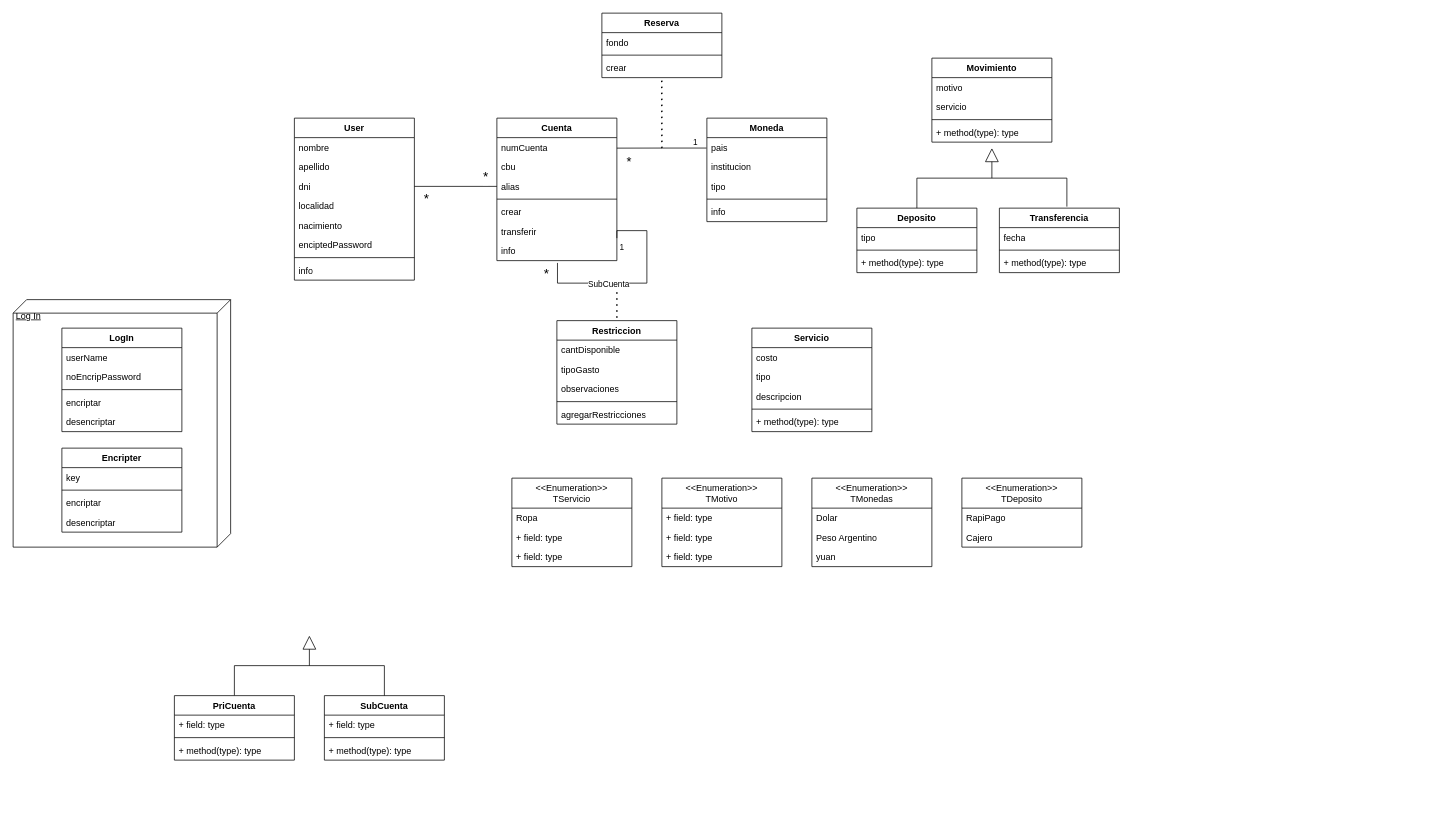
Earlier version of the draw.io diagram ADS_UML.drawio (camiastrada/ADS-Project). Source tidied: cells renumbered, new cells numbered last; positions are measured from the earlier drawing's top-left corner, leaving out a move shared by most shapes. Both pictures are drawn from the tidied source at 75%, with x=0, y=0 at pixel (13, 13).
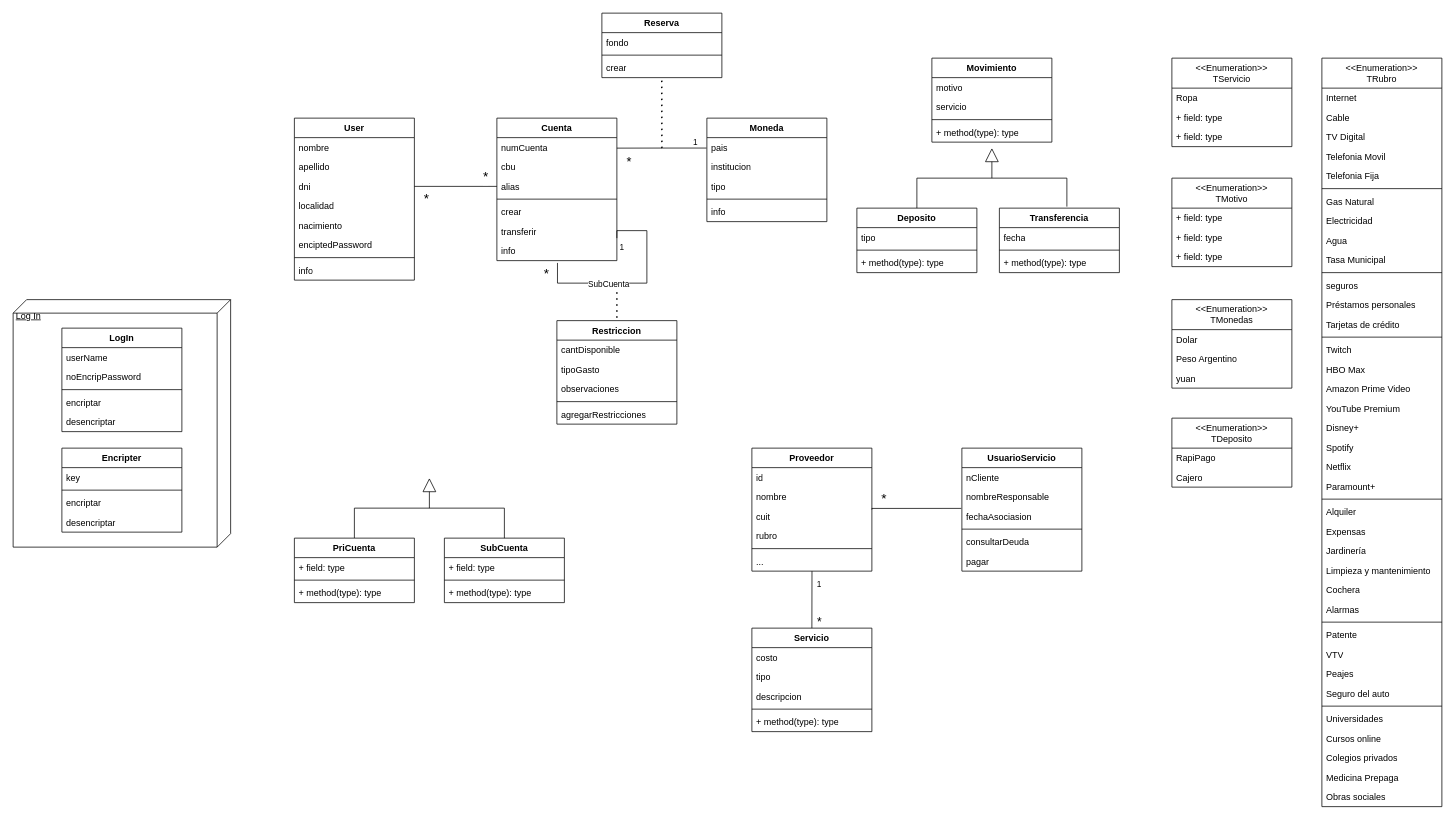
The same diagram, later.

Commit message (it also covers changes not shown here):
Appended/ to UML for Services

What changed in the source:
```diff
@@
     <mxCell id="17" value="Servicio" style="swimlane;fontStyle=1;align=center;verticalAlign=top;horizontal=1;startSize=26;whiteSpace=wrap;html=1;" parent="1" vertex="1">
-      <mxGeometry x="985" y="420" width="160" height="138" as="geometry" />
+      <mxGeometry x="985" y="820" width="160" height="138" as="geometry" />
     </mxCell>
@@
     <mxCell id="27" value="SubCuenta" style="swimlane;fontStyle=1;align=center;verticalAlign=top;horizontal=1;startSize=26;whiteSpace=wrap;html=1;" parent="1" vertex="1">
-      <mxGeometry x="415" y="910" width="160" height="86" as="geometry" />
+      <mxGeometry x="575" y="700" width="160" height="86" as="geometry" />
     </mxCell>
@@
     <mxCell id="40" value="&amp;lt;&amp;lt;Enumeration&amp;gt;&amp;gt;&lt;div&gt;TServicio&lt;/div&gt;" style="swimlane;fontStyle=0;horizontal=1;startSize=40;fillColor=none;whiteSpace=wrap;html=1;" parent="1" vertex="1">
-      <mxGeometry x="665" y="620" width="160" height="118" as="geometry" />
+      <mxGeometry x="1545" y="60" width="160" height="118" as="geometry" />
     </mxCell>
@@
     <mxCell id="44" value="&amp;lt;&amp;lt;Enumeration&amp;gt;&amp;gt;&lt;div&gt;TMotivo&lt;/div&gt;" style="swimlane;fontStyle=0;horizontal=1;startSize=40;fillColor=none;whiteSpace=wrap;html=1;" parent="1" vertex="1">
-      <mxGeometry x="865" y="620" width="160" height="118" as="geometry" />
+      <mxGeometry x="1545" y="220" width="160" height="118" as="geometry" />
     </mxCell>
@@
     <mxCell id="48" value="&amp;lt;&amp;lt;Enumeration&amp;gt;&amp;gt;&lt;div&gt;TMonedas&lt;/div&gt;" style="swimlane;fontStyle=0;horizontal=1;startSize=40;fillColor=none;whiteSpace=wrap;html=1;" parent="1" vertex="1">
-      <mxGeometry x="1065" y="620" width="160" height="118" as="geometry" />
+      <mxGeometry x="1545" y="382" width="160" height="118" as="geometry" />
     </mxCell>
@@
     <mxCell id="63" style="endArrow=none;html=1;rounded=0;exitX=0.5;exitY=0;exitDx=0;exitDy=0;entryX=0.5;entryY=0;entryDx=0;entryDy=0;" parent="1" edge="1" source="65" target="27">
       <mxGeometry relative="1" as="geometry">
         <Array as="points">
-          <mxPoint x="295" y="870" />
-          <mxPoint x="495" y="870" />
+          <mxPoint x="455" y="660" />
+          <mxPoint x="655" y="660" />
         </Array>
       </mxGeometry>
     </mxCell>
     <mxCell id="64" style="endArrow=block;endSize=16;endFill=0;html=1;rounded=0;" parent="1" edge="1">
       <mxGeometry relative="1" as="geometry">
-        <mxPoint x="395" y="870" as="sourcePoint" />
-        <mxPoint x="395" y="830" as="targetPoint" />
+        <mxPoint x="555" y="660" as="sourcePoint" />
+        <mxPoint x="555" y="620" as="targetPoint" />
       </mxGeometry>
     </mxCell>
     <mxCell id="65" value="PriCuenta" style="swimlane;fontStyle=1;align=center;verticalAlign=top;horizontal=1;startSize=26;whiteSpace=wrap;html=1;" parent="1" vertex="1">
-      <mxGeometry x="215" y="910" width="160" height="86" as="geometry" />
+      <mxGeometry x="375" y="700" width="160" height="86" as="geometry" />
     </mxCell>
@@
     <mxCell id="91" value="&amp;lt;&amp;lt;Enumeration&amp;gt;&amp;gt;&lt;div&gt;TDeposito&lt;/div&gt;" style="swimlane;fontStyle=0;horizontal=1;startSize=40;fillColor=none;whiteSpace=wrap;html=1;" parent="1" vertex="1">
-      <mxGeometry x="1265" y="620" width="160" height="92" as="geometry" />
+      <mxGeometry x="1545" y="540" width="160" height="92" as="geometry" />
     </mxCell>
@@
+    <mxCell id="105" value="Proveedor" style="swimlane;fontStyle=1;align=center;verticalAlign=top;horizontal=1;startSize=26;whiteSpace=wrap;html=1;" parent="1" vertex="1">
+      <mxGeometry x="985" y="580" width="160" height="164" as="geometry" />
+    </mxCell>
+    <mxCell id="106" value="id" style="text;strokeColor=none;fillColor=none;align=left;verticalAlign=top;spacingLeft=4;spacingRight=4;overflow=hidden;whiteSpace=wrap;html=1;" parent="105" vertex="1">
+      <mxGeometry y="26" width="160" height="26" as="geometry" />
+    </mxCell>
+    <mxCell id="107" value="nombre" style="text;strokeColor=none;fillColor=none;align=left;verticalAlign=top;spacingLeft=4;spacingRight=4;overflow=hidden;whiteSpace=wrap;html=1;" parent="105" vertex="1">
+      <mxGeometry y="52" width="160" height="26" as="geometry" />
+    </mxCell>
+    <mxCell id="108" value="cuit" style="text;strokeColor=none;fillColor=none;align=left;verticalAlign=top;spacingLeft=4;spacingRight=4;overflow=hidden;whiteSpace=wrap;html=1;" parent="105" vertex="1">
+      <mxGeometry y="78" width="160" height="26" as="geometry" />
+    </mxCell>
+    <mxCell id="109" value="rubro" style="text;strokeColor=none;fillColor=none;align=left;verticalAlign=top;spacingLeft=4;spacingRight=4;overflow=hidden;whiteSpace=wrap;html=1;" parent="105" vertex="1">
+      <mxGeometry y="104" width="160" height="26" as="geometry" />
+    </mxCell>
+    <mxCell id="110" style="line;strokeWidth=1;fillColor=none;align=left;verticalAlign=middle;spacingTop=-1;spacingLeft=3;spacingRight=3;labelPosition=right;strokeColor=inherit;" parent="105" vertex="1">
+      <mxGeometry y="130" width="160" height="8" as="geometry" />
+    </mxCell>
+    <mxCell id="111" value="..." style="text;strokeColor=none;fillColor=none;align=left;verticalAlign=top;spacingLeft=4;spacingRight=4;overflow=hidden;points=[[0,0.5],[1,0.5]];portConstraint=eastwest;whiteSpace=wrap;html=1;" parent="105" vertex="1">
+      <mxGeometry y="138" width="160" height="26" as="geometry" />
+    </mxCell>
+    <mxCell id="112" value="UsuarioServicio" style="swimlane;fontStyle=1;align=center;verticalAlign=top;horizontal=1;startSize=26;whiteSpace=wrap;html=1;" parent="1" vertex="1">
+      <mxGeometry x="1265" y="580" width="160" height="164" as="geometry" />
+    </mxCell>
+    <mxCell id="113" value="nCliente" style="text;strokeColor=none;fillColor=none;align=left;verticalAlign=top;spacingLeft=4;spacingRight=4;overflow=hidden;whiteSpace=wrap;html=1;" parent="112" vertex="1">
+      <mxGeometry y="26" width="160" height="26" as="geometry" />
+    </mxCell>
+    <mxCell id="114" value="nombreResponsable" style="text;strokeColor=none;fillColor=none;align=left;verticalAlign=top;spacingLeft=4;spacingRight=4;overflow=hidden;whiteSpace=wrap;html=1;" parent="112" vertex="1">
+      <mxGeometry y="52" width="160" height="26" as="geometry" />
+    </mxCell>
+    <mxCell id="115" value="fechaAsociasion" style="text;strokeColor=none;fillColor=none;align=left;verticalAlign=top;spacingLeft=4;spacingRight=4;overflow=hidden;points=[[0,0.5],[1,0.5]];portConstraint=eastwest;whiteSpace=wrap;html=1;" parent="112" vertex="1">
+      <mxGeometry y="78" width="160" height="26" as="geometry" />
+    </mxCell>
+    <mxCell id="116" style="line;strokeWidth=1;fillColor=none;align=left;verticalAlign=middle;spacingTop=-1;spacingLeft=3;spacingRight=3;labelPosition=right;strokeColor=inherit;" parent="112" vertex="1">
+      <mxGeometry y="104" width="160" height="8" as="geometry" />
+    </mxCell>
+    <mxCell id="117" value="consultarDeuda" style="text;strokeColor=none;fillColor=none;align=left;verticalAlign=top;spacingLeft=4;spacingRight=4;overflow=hidden;whiteSpace=wrap;html=1;" parent="112" vertex="1">
+      <mxGeometry y="112" width="160" height="26" as="geometry" />
+    </mxCell>
+    <mxCell id="118" value="pagar" style="text;strokeColor=none;fillColor=none;align=left;verticalAlign=top;spacingLeft=4;spacingRight=4;overflow=hidden;whiteSpace=wrap;html=1;" parent="112" vertex="1">
+      <mxGeometry y="138" width="160" height="26" as="geometry" />
+    </mxCell>
+    <mxCell id="119" value="&amp;lt;&amp;lt;Enumeration&amp;gt;&amp;gt;&lt;div&gt;TRubro&lt;/div&gt;" style="swimlane;fontStyle=0;horizontal=1;startSize=40;fillColor=none;whiteSpace=wrap;html=1;" parent="1" vertex="1">
+      <mxGeometry x="1745" y="60" width="160" height="998" as="geometry" />
+    </mxCell>
+    <mxCell id="120" value="Internet" style="text;strokeColor=none;fillColor=none;align=left;verticalAlign=top;spacingLeft=4;spacingRight=4;overflow=hidden;whiteSpace=wrap;html=1;" parent="119" vertex="1">
+      <mxGeometry y="40" width="160" height="26" as="geometry" />
+    </mxCell>
+    <mxCell id="121" value="Cable" style="text;strokeColor=none;fillColor=none;align=left;verticalAlign=top;spacingLeft=4;spacingRight=4;overflow=hidden;whiteSpace=wrap;html=1;" parent="119" vertex="1">
+      <mxGeometry y="66" width="160" height="26" as="geometry" />
+    </mxCell>
+    <mxCell id="122" value="TV Digital" style="text;strokeColor=none;fillColor=none;align=left;verticalAlign=top;spacingLeft=4;spacingRight=4;overflow=hidden;whiteSpace=wrap;html=1;" parent="119" vertex="1">
+      <mxGeometry y="92" width="160" height="26" as="geometry" />
+    </mxCell>
+    <mxCell id="123" value="Telefonia Movil" style="text;strokeColor=none;fillColor=none;align=left;verticalAlign=top;spacingLeft=4;spacingRight=4;overflow=hidden;whiteSpace=wrap;html=1;" parent="119" vertex="1">
+      <mxGeometry y="118" width="160" height="26" as="geometry" />
+    </mxCell>
+    <mxCell id="124" value="Telefonia Fija" style="text;strokeColor=none;fillColor=none;align=left;verticalAlign=top;spacingLeft=4;spacingRight=4;overflow=hidden;whiteSpace=wrap;html=1;" parent="119" vertex="1">
+      <mxGeometry y="144" width="160" height="26" as="geometry" />
+    </mxCell>
+    <mxCell id="125" style="line;strokeWidth=1;fillColor=none;align=left;verticalAlign=middle;spacingTop=-1;spacingLeft=3;spacingRight=3;labelPosition=right;strokeColor=inherit;" parent="119" vertex="1">
+      <mxGeometry y="170" width="160" height="8" as="geometry" />
+    </mxCell>
+    <mxCell id="126" value="Gas Natural" style="text;strokeColor=none;fillColor=none;align=left;verticalAlign=top;spacingLeft=4;spacingRight=4;overflow=hidden;whiteSpace=wrap;html=1;" parent="119" vertex="1">
+      <mxGeometry y="178" width="160" height="26" as="geometry" />
+    </mxCell>
+    <mxCell id="127" value="Electricidad" style="text;strokeColor=none;fillColor=none;align=left;verticalAlign=top;spacingLeft=4;spacingRight=4;overflow=hidden;whiteSpace=wrap;html=1;" parent="119" vertex="1">
+      <mxGeometry y="204" width="160" height="26" as="geometry" />
+    </mxCell>
+    <mxCell id="128" value="Agua" style="text;strokeColor=none;fillColor=none;align=left;verticalAlign=top;spacingLeft=4;spacingRight=4;overflow=hidden;whiteSpace=wrap;html=1;" parent="119" vertex="1">
+      <mxGeometry y="230" width="160" height="26" as="geometry" />
+    </mxCell>
+    <mxCell id="129" value="Tasa Municipal" style="text;strokeColor=none;fillColor=none;align=left;verticalAlign=top;spacingLeft=4;spacingRight=4;overflow=hidden;whiteSpace=wrap;html=1;" parent="119" vertex="1">
+      <mxGeometry y="256" width="160" height="26" as="geometry" />
+    </mxCell>
+    <mxCell id="130" style="line;strokeWidth=1;fillColor=none;align=left;verticalAlign=middle;spacingTop=-1;spacingLeft=3;spacingRight=3;labelPosition=right;strokeColor=inherit;" parent="119" vertex="1">
+      <mxGeometry y="282" width="160" height="8" as="geometry" />
+    </mxCell>
+    <mxCell id="131" value="seguros" style="text;strokeColor=none;fillColor=none;align=left;verticalAlign=top;spacingLeft=4;spacingRight=4;overflow=hidden;whiteSpace=wrap;html=1;" parent="119" vertex="1">
+      <mxGeometry y="290" width="160" height="26" as="geometry" />
+    </mxCell>
+    <mxCell id="132" value="Préstamos personales" style="text;strokeColor=none;fillColor=none;align=left;verticalAlign=top;spacingLeft=4;spacingRight=4;overflow=hidden;whiteSpace=wrap;html=1;" parent="119" vertex="1">
+      <mxGeometry y="316" width="160" height="26" as="geometry" />
+    </mxCell>
+    <mxCell id="133" value="Tarjetas de crédito" style="text;strokeColor=none;fillColor=none;align=left;verticalAlign=top;spacingLeft=4;spacingRight=4;overflow=hidden;whiteSpace=wrap;html=1;" parent="119" vertex="1">
+      <mxGeometry y="342" width="160" height="26" as="geometry" />
+    </mxCell>
+    <mxCell id="134" style="line;strokeWidth=1;fillColor=none;align=left;verticalAlign=middle;spacingTop=-1;spacingLeft=3;spacingRight=3;labelPosition=right;strokeColor=inherit;" parent="119" vertex="1">
+      <mxGeometry y="368" width="160" height="8" as="geometry" />
+    </mxCell>
+    <mxCell id="135" value="Twitch" style="text;strokeColor=none;fillColor=none;align=left;verticalAlign=top;spacingLeft=4;spacingRight=4;overflow=hidden;whiteSpace=wrap;html=1;" parent="119" vertex="1">
+      <mxGeometry y="376" width="160" height="26" as="geometry" />
+    </mxCell>
+    <mxCell id="136" value="HBO Max" style="text;strokeColor=none;fillColor=none;align=left;verticalAlign=top;spacingLeft=4;spacingRight=4;overflow=hidden;whiteSpace=wrap;html=1;" parent="119" vertex="1">
+      <mxGeometry y="402" width="160" height="26" as="geometry" />
+    </mxCell>
+    <mxCell id="137" value="Amazon Prime Video" style="text;strokeColor=none;fillColor=none;align=left;verticalAlign=top;spacingLeft=4;spacingRight=4;overflow=hidden;whiteSpace=wrap;html=1;" parent="119" vertex="1">
+      <mxGeometry y="428" width="160" height="26" as="geometry" />
+    </mxCell>
+    <mxCell id="138" value="YouTube Premium" style="text;strokeColor=none;fillColor=none;align=left;verticalAlign=top;spacingLeft=4;spacingRight=4;overflow=hidden;whiteSpace=wrap;html=1;" parent="119" vertex="1">
+      <mxGeometry y="454" width="160" height="26" as="geometry" />
+    </mxCell>
+    <mxCell id="139" value="Disney+" style="text;strokeColor=none;fillColor=none;align=left;verticalAlign=top;spacingLeft=4;spacingRight=4;overflow=hidden;whiteSpace=wrap;html=1;" parent="119" vertex="1">
+      <mxGeometry y="480" width="160" height="26" as="geometry" />
+    </mxCell>
+    <mxCell id="140" value="Spotify" style="text;strokeColor=none;fillColor=none;align=left;verticalAlign=top;spacingLeft=4;spacingRight=4;overflow=hidden;whiteSpace=wrap;html=1;" parent="119" vertex="1">
+      <mxGeometry y="506" width="160" height="26" as="geometry" />
+    </mxCell>
+    <mxCell id="141" value="Netflix" style="text;strokeColor=none;fillColor=none;align=left;verticalAlign=top;spacingLeft=4;spacingRight=4;overflow=hidden;whiteSpace=wrap;html=1;" parent="119" vertex="1">
+      <mxGeometry y="532" width="160" height="26" as="geometry" />
+    </mxCell>
+    <mxCell id="142" value="Paramount+" style="text;strokeColor=none;fillColor=none;align=left;verticalAlign=top;spacingLeft=4;spacingRight=4;overflow=hidden;whiteSpace=wrap;html=1;" parent="119" vertex="1">
+      <mxGeometry y="558" width="160" height="26" as="geometry" />
+    </mxCell>
+    <mxCell id="143" style="line;strokeWidth=1;fillColor=none;align=left;verticalAlign=middle;spacingTop=-1;spacingLeft=3;spacingRight=3;labelPosition=right;strokeColor=inherit;" parent="119" vertex="1">
+      <mxGeometry y="584" width="160" height="8" as="geometry" />
+    </mxCell>
+    <mxCell id="144" value="Alquiler" style="text;strokeColor=none;fillColor=none;align=left;verticalAlign=top;spacingLeft=4;spacingRight=4;overflow=hidden;whiteSpace=wrap;html=1;" parent="119" vertex="1">
+      <mxGeometry y="592" width="160" height="26" as="geometry" />
+    </mxCell>
+    <mxCell id="145" value="Expensas" style="text;strokeColor=none;fillColor=none;align=left;verticalAlign=top;spacingLeft=4;spacingRight=4;overflow=hidden;whiteSpace=wrap;html=1;" parent="119" vertex="1">
+      <mxGeometry y="618" width="160" height="26" as="geometry" />
+    </mxCell>
+    <mxCell id="146" value="Jardinería" style="text;strokeColor=none;fillColor=none;align=left;verticalAlign=top;spacingLeft=4;spacingRight=4;overflow=hidden;whiteSpace=wrap;html=1;" parent="119" vertex="1">
+      <mxGeometry y="644" width="160" height="26" as="geometry" />
+    </mxCell>
+    <mxCell id="147" value="Limpieza y mantenimiento" style="text;strokeColor=none;fillColor=none;align=left;verticalAlign=top;spacingLeft=4;spacingRight=4;overflow=hidden;whiteSpace=wrap;html=1;" parent="119" vertex="1">
+      <mxGeometry y="670" width="160" height="26" as="geometry" />
+    </mxCell>
+    <mxCell id="148" value="Cochera" style="text;strokeColor=none;fillColor=none;align=left;verticalAlign=top;spacingLeft=4;spacingRight=4;overflow=hidden;whiteSpace=wrap;html=1;" parent="119" vertex="1">
+      <mxGeometry y="696" width="160" height="26" as="geometry" />
+    </mxCell>
+    <mxCell id="149" value="Alarmas" style="text;strokeColor=none;fillColor=none;align=left;verticalAlign=top;spacingLeft=4;spacingRight=4;overflow=hidden;whiteSpace=wrap;html=1;" parent="119" vertex="1">
+      <mxGeometry y="722" width="160" height="26" as="geometry" />
+    </mxCell>
+    <mxCell id="150" style="line;strokeWidth=1;fillColor=none;align=left;verticalAlign=middle;spacingTop=-1;spacingLeft=3;spacingRight=3;labelPosition=right;strokeColor=inherit;" parent="119" vertex="1">
+      <mxGeometry y="748" width="160" height="8" as="geometry" />
+    </mxCell>
+    <mxCell id="151" value="Patente" style="text;strokeColor=none;fillColor=none;align=left;verticalAlign=top;spacingLeft=4;spacingRight=4;overflow=hidden;whiteSpace=wrap;html=1;" parent="119" vertex="1">
+      <mxGeometry y="756" width="160" height="26" as="geometry" />
+    </mxCell>
+    <mxCell id="152" value="VTV" style="text;strokeColor=none;fillColor=none;align=left;verticalAlign=top;spacingLeft=4;spacingRight=4;overflow=hidden;whiteSpace=wrap;html=1;" parent="119" vertex="1">
+      <mxGeometry y="782" width="160" height="26" as="geometry" />
+    </mxCell>
+    <mxCell id="153" value="Peajes" style="text;strokeColor=none;fillColor=none;align=left;verticalAlign=top;spacingLeft=4;spacingRight=4;overflow=hidden;whiteSpace=wrap;html=1;" parent="119" vertex="1">
+      <mxGeometry y="808" width="160" height="26" as="geometry" />
+    </mxCell>
+    <mxCell id="154" value="Seguro del auto" style="text;strokeColor=none;fillColor=none;align=left;verticalAlign=top;spacingLeft=4;spacingRight=4;overflow=hidden;whiteSpace=wrap;html=1;" parent="119" vertex="1">
+      <mxGeometry y="834" width="160" height="26" as="geometry" />
+    </mxCell>
+    <mxCell id="155" style="line;strokeWidth=1;fillColor=none;align=left;verticalAlign=middle;spacingTop=-1;spacingLeft=3;spacingRight=3;labelPosition=right;strokeColor=inherit;" parent="119" vertex="1">
+      <mxGeometry y="860" width="160" height="8" as="geometry" />
+    </mxCell>
+    <mxCell id="156" value="Universidades" style="text;strokeColor=none;fillColor=none;align=left;verticalAlign=top;spacingLeft=4;spacingRight=4;overflow=hidden;whiteSpace=wrap;html=1;" parent="119" vertex="1">
+      <mxGeometry y="868" width="160" height="26" as="geometry" />
+    </mxCell>
+    <mxCell id="157" value="Cursos online" style="text;strokeColor=none;fillColor=none;align=left;verticalAlign=top;spacingLeft=4;spacingRight=4;overflow=hidden;whiteSpace=wrap;html=1;" parent="119" vertex="1">
+      <mxGeometry y="894" width="160" height="26" as="geometry" />
+    </mxCell>
+    <mxCell id="158" value="Colegios privados" style="text;strokeColor=none;fillColor=none;align=left;verticalAlign=top;spacingLeft=4;spacingRight=4;overflow=hidden;whiteSpace=wrap;html=1;" parent="119" vertex="1">
+      <mxGeometry y="920" width="160" height="26" as="geometry" />
+    </mxCell>
+    <mxCell id="159" value="Medicina Prepaga" style="text;strokeColor=none;fillColor=none;align=left;verticalAlign=top;spacingLeft=4;spacingRight=4;overflow=hidden;whiteSpace=wrap;html=1;" parent="119" vertex="1">
+      <mxGeometry y="946" width="160" height="26" as="geometry" />
+    </mxCell>
+    <mxCell id="160" value="Obras sociales" style="text;strokeColor=none;fillColor=none;align=left;verticalAlign=top;spacingLeft=4;spacingRight=4;overflow=hidden;whiteSpace=wrap;html=1;" parent="119" vertex="1">
+      <mxGeometry y="972" width="160" height="26" as="geometry" />
+    </mxCell>
+    <mxCell id="161" style="endArrow=none;html=1;edgeStyle=orthogonalEdgeStyle;rounded=0;exitX=-0.005;exitY=0.091;exitDx=0;exitDy=0;entryX=1;entryY=0.5;entryDx=0;entryDy=0;exitPerimeter=0;" parent="1" edge="1" source="115">
+      <mxGeometry relative="1" as="geometry">
+        <mxPoint x="1145" y="661.8" as="targetPoint" />
+        <Array as="points">
+          <mxPoint x="1145" y="660" />
+        </Array>
+      </mxGeometry>
+    </mxCell>
+    <mxCell id="162" value="*" style="edgeLabel;html=1;align=right;verticalAlign=bottom;fontSize=18;" parent="161" vertex="1">
+      <mxGeometry x="1" relative="1" as="geometry">
+        <mxPoint x="20" y="-2" as="offset" />
+      </mxGeometry>
+    </mxCell>
+    <mxCell id="163" style="endArrow=none;html=1;rounded=0;entryX=0.501;entryY=1.003;entryDx=0;entryDy=0;entryPerimeter=0;exitX=0.5;exitY=0;exitDx=0;exitDy=0;" parent="1" edge="1" source="17" target="111">
+      <mxGeometry relative="1" as="geometry" />
+    </mxCell>
+    <mxCell id="164" value="&lt;font style=&quot;font-size: 11px;&quot;&gt;1&lt;/font&gt;" style="text;html=1;align=center;verticalAlign=middle;whiteSpace=wrap;rounded=0;" parent="1" vertex="1">
+      <mxGeometry x="1060" y="760" width="30" as="geometry" />
+    </mxCell>
+    <mxCell id="165" value="*" style="text;html=1;align=center;verticalAlign=middle;whiteSpace=wrap;rounded=0;fontSize=16;" parent="1" vertex="1">
+      <mxGeometry x="1072.5" y="810" width="5" as="geometry" />
+    </mxCell>
```
